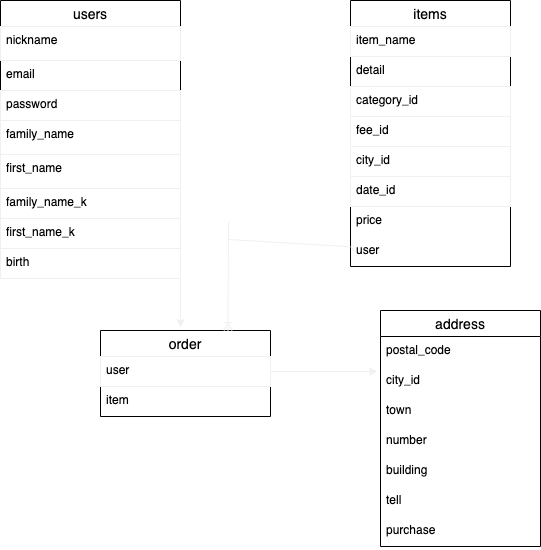
Before: ER.drawio.png, a diagram exported from draw.io (kak1-p/furima-36194). Source tidied: cells renumbered, new cells last; positions are measured from the earlier drawing's top-left corner, leaving out a move shared by most shapes.
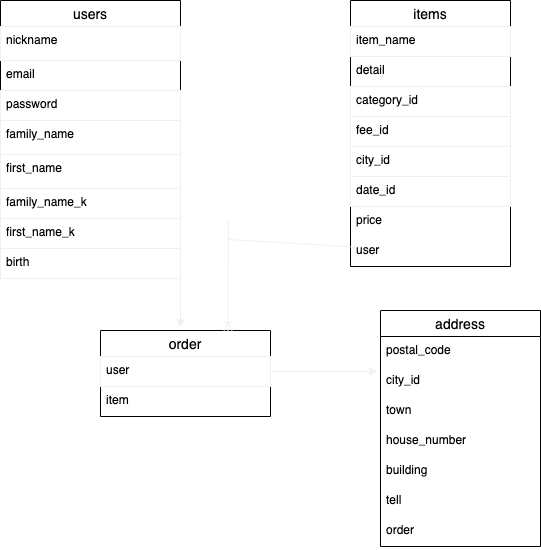
The same diagram one commit later.

The edit, as a diff of the source:
```diff
@@ -68,7 +68,7 @@
     <mxCell id="23" value="town" style="text;strokeColor=none;fillColor=none;spacingLeft=4;spacingRight=4;overflow=hidden;fontSize=12;" parent="20" vertex="1">
       <mxGeometry y="86" width="160" height="30" as="geometry" />
     </mxCell>
-    <mxCell id="24" value="number" style="text;strokeColor=none;fillColor=none;spacingLeft=4;spacingRight=4;overflow=hidden;fontSize=12;" parent="20" vertex="1">
+    <mxCell id="24" value="house_number" style="text;strokeColor=none;fillColor=none;spacingLeft=4;spacingRight=4;overflow=hidden;fontSize=12;" parent="20" vertex="1">
       <mxGeometry y="116" width="160" height="30" as="geometry" />
     </mxCell>
     <mxCell id="25" value="building" style="text;strokeColor=none;fillColor=none;spacingLeft=4;spacingRight=4;overflow=hidden;fontSize=12;" parent="20" vertex="1">
@@ -77,7 +77,7 @@
     <mxCell id="26" value="tell" style="text;strokeColor=none;fillColor=none;spacingLeft=4;spacingRight=4;overflow=hidden;fontSize=12;" parent="20" vertex="1">
       <mxGeometry y="176" width="160" height="30" as="geometry" />
     </mxCell>
-    <mxCell id="27" value="purchase" style="text;strokeColor=none;fillColor=none;spacingLeft=4;spacingRight=4;overflow=hidden;fontSize=12;" parent="20" vertex="1">
+    <mxCell id="27" value="order" style="text;strokeColor=none;fillColor=none;spacingLeft=4;spacingRight=4;overflow=hidden;fontSize=12;" parent="20" vertex="1">
       <mxGeometry y="206" width="160" height="30" as="geometry" />
     </mxCell>
     <mxCell id="28" style="edgeStyle=none;rounded=0;jettySize=auto;html=1;exitX=1;exitY=0.5;exitDx=0;exitDy=0;endArrow=classic;endFill=1;strokeColor=#f0f0f0;entryX=0.471;entryY=-0.035;entryDx=0;entryDy=0;entryPerimeter=0;" parent="1" edge="1" source="29" target="17">
```
